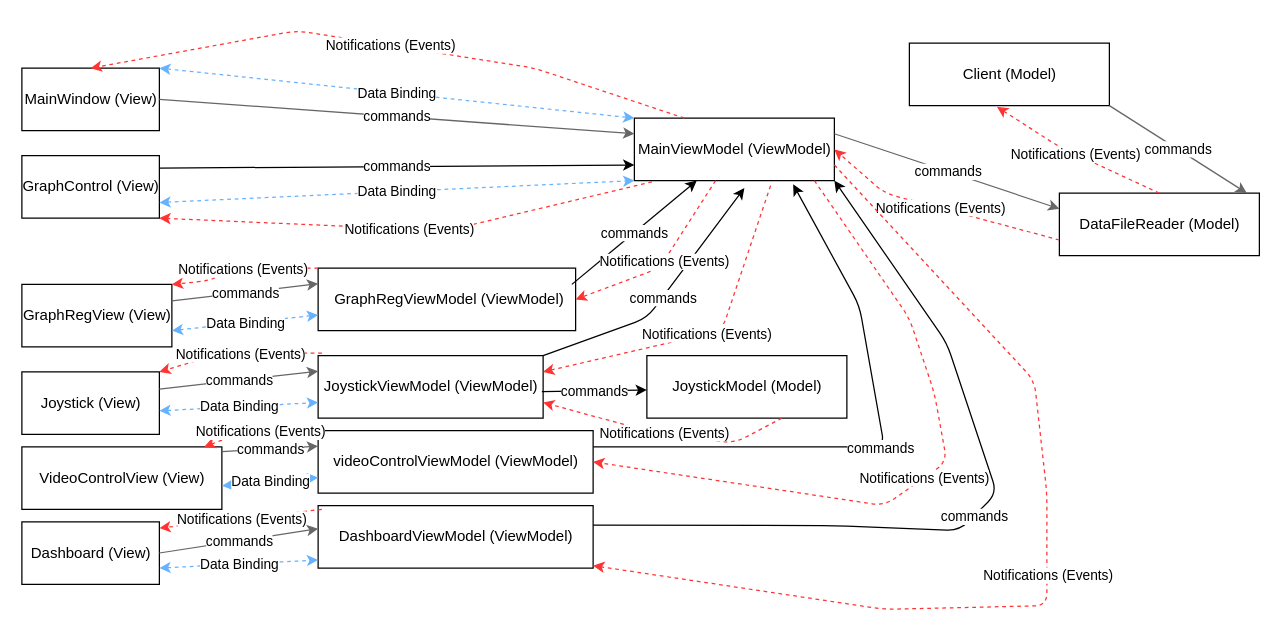
DanielKnafel/Advanced-Programming-2 keeps this draw.io diagram as UML/UML.drawio. Above is the earlier version. Source tidied: cells renumbered, new cells numbered last; positions are measured from the earlier drawing's top-left corner, leaving out a move shared by most shapes. Both pictures are drawn from the tidied source at 125%, with x=0, y=0 at pixel (21, 30).
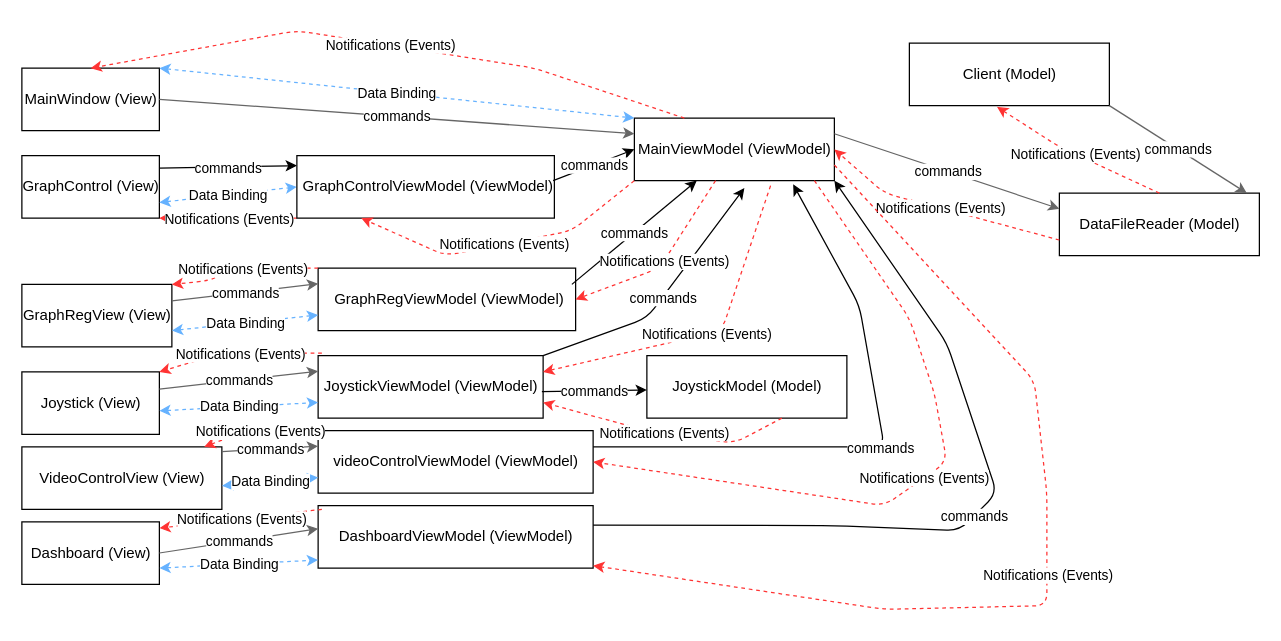
After the change.

Unchanged cells that the change refers to:
```xml
<mxCell id="3" value="GraphControl (View)" style="html=1;" parent="1" vertex="1">
  <mxGeometry y="100" width="110" height="50" as="geometry" />
</mxCell>
<mxCell id="8" value="MainViewModel (ViewModel)" style="html=1;" parent="1" vertex="1">
  <mxGeometry x="490" y="70" width="160" height="50" as="geometry" />
</mxCell>
```

Diff of the diagram source:
```diff
@@
-    <mxCell id="17" style="endArrow=classic;html=1;entryX=0;entryY=0.75;entryDx=0;entryDy=0;" parent="1" edge="1" target="8">
+    <mxCell id="17" style="endArrow=classic;html=1;" parent="1" edge="1">
       <mxGeometry relative="1" as="geometry">
         <mxPoint x="110" y="110" as="sourcePoint" />
+        <mxPoint x="220" y="108" as="targetPoint" />
       </mxGeometry>
     </mxCell>
@@
-    <mxCell id="39" style="endArrow=classic;html=1;fillColor=#dae8fc;startArrow=classic;dashed=1;strokeColor=#66B2FF;entryX=0;entryY=1;entryDx=0;entryDy=0;exitX=1;exitY=0.75;exitDx=0;exitDy=0;" parent="1" edge="1" source="3" target="8">
+    <mxCell id="39" style="endArrow=classic;html=1;fillColor=#dae8fc;startArrow=classic;dashed=1;strokeColor=#66B2FF;exitX=1;exitY=0.75;exitDx=0;exitDy=0;entryX=0;entryY=0.5;entryDx=0;entryDy=0;" parent="1" edge="1" source="3" target="80">
       <mxGeometry relative="1" as="geometry" />
     </mxCell>
@@
-    <mxCell id="65" style="endArrow=classic;html=1;fillColor=#f5f5f5;dashed=1;strokeColor=#FF3333;exitX=0.088;exitY=1.02;exitDx=0;exitDy=0;exitPerimeter=0;entryX=1;entryY=1;entryDx=0;entryDy=0;" parent="1" edge="1" source="8" target="3">
-      <mxGeometry relative="1" as="geometry">
-        <Array as="points">
-          <mxPoint x="340" y="160" />
-        </Array>
-      </mxGeometry>
+    <mxCell id="65" style="endArrow=classic;html=1;fillColor=#f5f5f5;dashed=1;strokeColor=#FF3333;entryX=1;entryY=1;entryDx=0;entryDy=0;exitX=0;exitY=1;exitDx=0;exitDy=0;" parent="1" edge="1" source="80" target="3">
+      <mxGeometry relative="1" as="geometry" />
     </mxCell>
@@
+    <mxCell id="80" value="&amp;nbsp;GraphControlViewModel (ViewModel)" style="html=1;" parent="1" vertex="1">
+      <mxGeometry x="220" y="100" width="206" height="50" as="geometry" />
+    </mxCell>
+    <mxCell id="81" style="endArrow=classic;html=1;entryX=0;entryY=0.5;entryDx=0;entryDy=0;" parent="1" edge="1" target="8">
+      <mxGeometry relative="1" as="geometry">
+        <mxPoint x="425" y="120" as="sourcePoint" />
+      </mxGeometry>
+    </mxCell>
+    <mxCell id="82" value="commands" style="edgeLabel;html=1;align=center;verticalAlign=middle;" parent="81" vertex="1">
+      <mxGeometry relative="1" as="geometry" />
+    </mxCell>
+    <mxCell id="83" style="endArrow=classic;html=1;fillColor=#f5f5f5;dashed=1;strokeColor=#FF3333;exitX=0;exitY=1;exitDx=0;exitDy=0;entryX=0.25;entryY=1;entryDx=0;entryDy=0;" parent="1" edge="1" source="8" target="80">
+      <mxGeometry relative="1" as="geometry">
+        <Array as="points">
+          <mxPoint x="440" y="160" />
+          <mxPoint x="339" y="180" />
+        </Array>
+      </mxGeometry>
+    </mxCell>
+    <mxCell id="84" value="Notifications (Events)" style="edgeLabel;html=1;align=center;verticalAlign=middle;" parent="83" vertex="1">
+      <mxGeometry relative="1" as="geometry" />
+    </mxCell>
```
